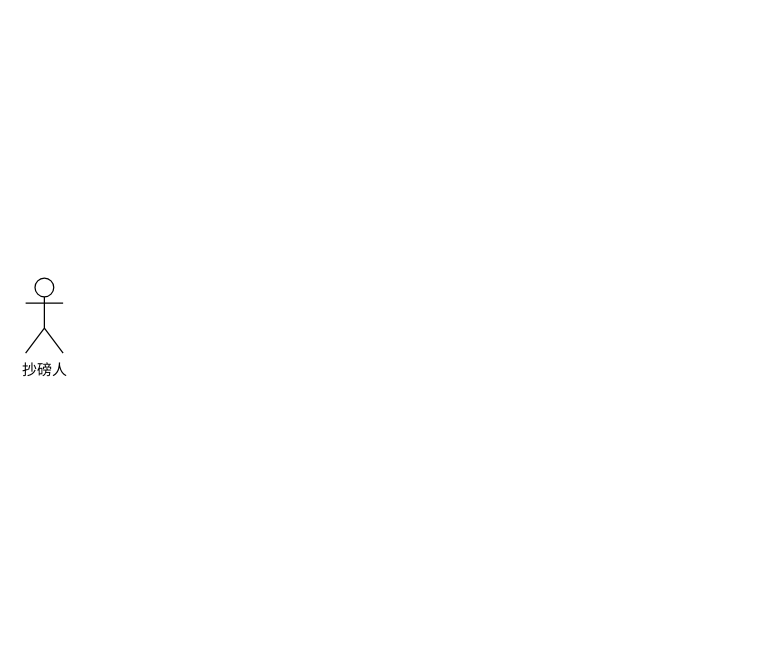
Earlier version of the draw.io diagram 未命名绘图.drawio (AkiLeung/BlockChain). Source tidied: cells renumbered, new cells numbered last; positions are measured from the earlier drawing's top-left corner, leaving out a move shared by most shapes. Both pictures are drawn from the tidied source at 125%, with x=0, y=0 at pixel (25, 278).
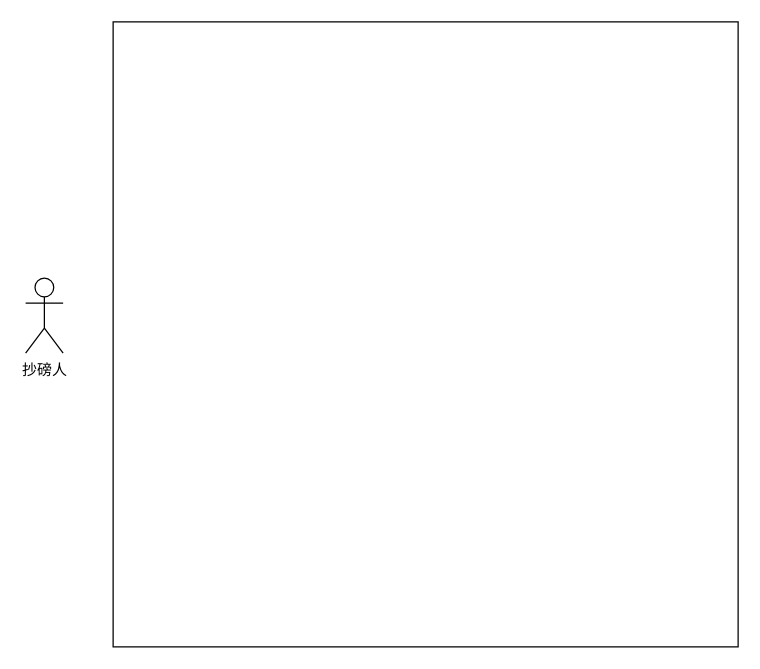
After the change.

Commit message:
CatchWeight-STO OUT.drawio

The edit, as a diff of the source:
```diff
@@
 <mxGraphModel>
   <root>
     <mxCell id="0" />
     <mxCell id="1" parent="0" />
     <mxCell id="2" value="抄磅人" style="shape=umlActor;verticalLabelPosition=bottom;verticalAlign=top;html=1;" parent="1" vertex="1">
       <mxGeometry width="30" height="60" as="geometry" />
     </mxCell>
+    <mxCell id="3" style="whiteSpace=wrap;html=1;" parent="1" vertex="1">
+      <mxGeometry x="70" y="-205" width="500" height="500" as="geometry" />
+    </mxCell>
   </root>
 </mxGraphModel>
```
